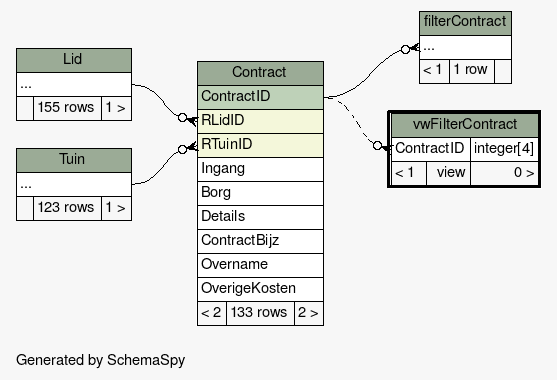
Above: db-schema-docs/diagrams/vwFilterContract.implied2degrees.png in slspeek/ona-volkstuin (Graphviz), before the change. Its source is kept beside it as db-schema-docs/diagrams/vwFilterContract.implied2degrees.dot. Its diagram source:
```dot
digraph "impliedTwoDegreesRelationshipsDiagram" {
  graph [
    rankdir="RL"
    bgcolor="#f7f7f7"
    label="\nGenerated by SchemaSpy"
    labeljust="l"
    nodesep="0.18"
    ranksep="0.46"
    fontname="Helvetica"
    fontsize="11"
  ];
  node [
    fontname="Helvetica"
    fontsize="11"
    shape="plaintext"
  ];
  edge [
    arrowsize="0.8"
  ];
  "Contract":"RLidID":w -> "Lid":"elipses":e [arrowhead=none dir=back arrowtail=crowodot];
  "Contract":"RTuinID":w -> "Tuin":"elipses":e [arrowhead=none dir=back arrowtail=crowodot];
  "filterContract":"elipses":w -> "Contract":"ContractID":e [arrowhead=none dir=back arrowtail=crowodot];
  "vwFilterContract":"ContractID":w -> "Contract":"ContractID":e [arrowhead=none dir=back arrowtail=crowodot style=dashed];
  "Contract" [
    label=<
    <TABLE BORDER="0" CELLBORDER="1" CELLSPACING="0" BGCOLOR="#ffffff">
      <TR><TD COLSPAN="3" BGCOLOR="#9bab96" ALIGN="CENTER">Contract</TD></TR>
      <TR><TD PORT="ContractID" COLSPAN="3" BGCOLOR="#bed1b8" ALIGN="LEFT">ContractID</TD></TR>
      <TR><TD PORT="RLidID" COLSPAN="3" BGCOLOR="#f4f7da" ALIGN="LEFT">RLidID</TD></TR>
      <TR><TD PORT="RTuinID" COLSPAN="3" BGCOLOR="#f4f7da" ALIGN="LEFT">RTuinID</TD></TR>
      <TR><TD PORT="Ingang" COLSPAN="3" ALIGN="LEFT">Ingang</TD></TR>
      <TR><TD PORT="Borg" COLSPAN="3" ALIGN="LEFT">Borg</TD></TR>
      <TR><TD PORT="Details" COLSPAN="3" ALIGN="LEFT">Details</TD></TR>
      <TR><TD PORT="ContractBijz" COLSPAN="3" ALIGN="LEFT">ContractBijz</TD></TR>
      <TR><TD PORT="Overname" COLSPAN="3" ALIGN="LEFT">Overname</TD></TR>
      <TR><TD PORT="OverigeKosten" COLSPAN="3" ALIGN="LEFT">OverigeKosten</TD></TR>
      <TR><TD ALIGN="LEFT" BGCOLOR="#f7f7f7">&lt; 2</TD><TD ALIGN="RIGHT" BGCOLOR="#f7f7f7">133 rows</TD><TD ALIGN="RIGHT" BGCOLOR="#f7f7f7">2 &gt;</TD></TR>
    </TABLE>>
    URL="Contract.html"
    tooltip="Contract"
  ];
  "filterContract" [
    label=<
    <TABLE BORDER="0" CELLBORDER="1" CELLSPACING="0" BGCOLOR="#ffffff">
      <TR><TD COLSPAN="3" BGCOLOR="#9bab96" ALIGN="CENTER">filterContract</TD></TR>
      <TR><TD PORT="elipses" COLSPAN="3" ALIGN="LEFT">...</TD></TR>
      <TR><TD ALIGN="LEFT" BGCOLOR="#f7f7f7">&lt; 1</TD><TD ALIGN="RIGHT" BGCOLOR="#f7f7f7">1 row</TD><TD ALIGN="RIGHT" BGCOLOR="#f7f7f7">  </TD></TR>
    </TABLE>>
    URL="filterContract.html"
    tooltip="filterContract"
  ];
  "Lid" [
    label=<
    <TABLE BORDER="0" CELLBORDER="1" CELLSPACING="0" BGCOLOR="#ffffff">
      <TR><TD COLSPAN="3" BGCOLOR="#9bab96" ALIGN="CENTER">Lid</TD></TR>
      <TR><TD PORT="elipses" COLSPAN="3" ALIGN="LEFT">...</TD></TR>
      <TR><TD ALIGN="LEFT" BGCOLOR="#f7f7f7">  </TD><TD ALIGN="RIGHT" BGCOLOR="#f7f7f7">155 rows</TD><TD ALIGN="RIGHT" BGCOLOR="#f7f7f7">1 &gt;</TD></TR>
    </TABLE>>
    URL="Lid.html"
    tooltip="Lid"
  ];
  "Tuin" [
    label=<
    <TABLE BORDER="0" CELLBORDER="1" CELLSPACING="0" BGCOLOR="#ffffff">
      <TR><TD COLSPAN="3" BGCOLOR="#9bab96" ALIGN="CENTER">Tuin</TD></TR>
      <TR><TD PORT="elipses" COLSPAN="3" ALIGN="LEFT">...</TD></TR>
      <TR><TD ALIGN="LEFT" BGCOLOR="#f7f7f7">  </TD><TD ALIGN="RIGHT" BGCOLOR="#f7f7f7">123 rows</TD><TD ALIGN="RIGHT" BGCOLOR="#f7f7f7">1 &gt;</TD></TR>
    </TABLE>>
    URL="Tuin.html"
    tooltip="Tuin"
  ];
  "vwFilterContract" [
    label=<
    <TABLE BORDER="2" CELLBORDER="1" CELLSPACING="0" BGCOLOR="#ffffff">
      <TR><TD COLSPAN="3" BGCOLOR="#9bab96" ALIGN="CENTER">vwFilterContract</TD></TR>
      <TR><TD PORT="ContractID" COLSPAN="2" ALIGN="LEFT">ContractID</TD><TD PORT="ContractID.type" ALIGN="LEFT">integer[4]</TD></TR>
      <TR><TD ALIGN="LEFT" BGCOLOR="#f7f7f7">&lt; 1</TD><TD ALIGN="RIGHT" BGCOLOR="#f7f7f7">view</TD><TD ALIGN="RIGHT" BGCOLOR="#f7f7f7">0 &gt;</TD></TR>
    </TABLE>>
    URL="vwFilterContract.html"
    tooltip="vwFilterContract"
  ];
}
```
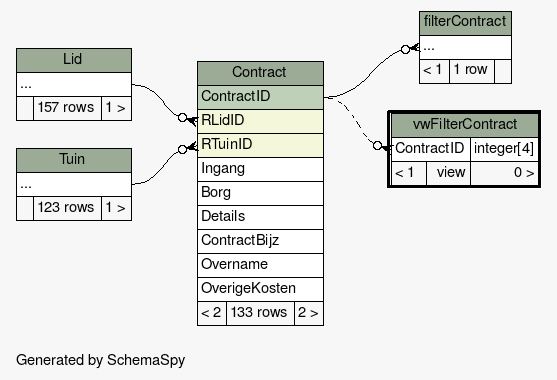
Later version of the same file.

What changed in the source:
```diff
@@ -54,7 +54,7 @@
     <TABLE BORDER="0" CELLBORDER="1" CELLSPACING="0" BGCOLOR="#ffffff">
       <TR><TD COLSPAN="3" BGCOLOR="#9bab96" ALIGN="CENTER">Lid</TD></TR>
       <TR><TD PORT="elipses" COLSPAN="3" ALIGN="LEFT">...</TD></TR>
-      <TR><TD ALIGN="LEFT" BGCOLOR="#f7f7f7">  </TD><TD ALIGN="RIGHT" BGCOLOR="#f7f7f7">155 rows</TD><TD ALIGN="RIGHT" BGCOLOR="#f7f7f7">1 &gt;</TD></TR>
+      <TR><TD ALIGN="LEFT" BGCOLOR="#f7f7f7">  </TD><TD ALIGN="RIGHT" BGCOLOR="#f7f7f7">157 rows</TD><TD ALIGN="RIGHT" BGCOLOR="#f7f7f7">1 &gt;</TD></TR>
     </TABLE>>
     URL="Lid.html"
     tooltip="Lid"
```
